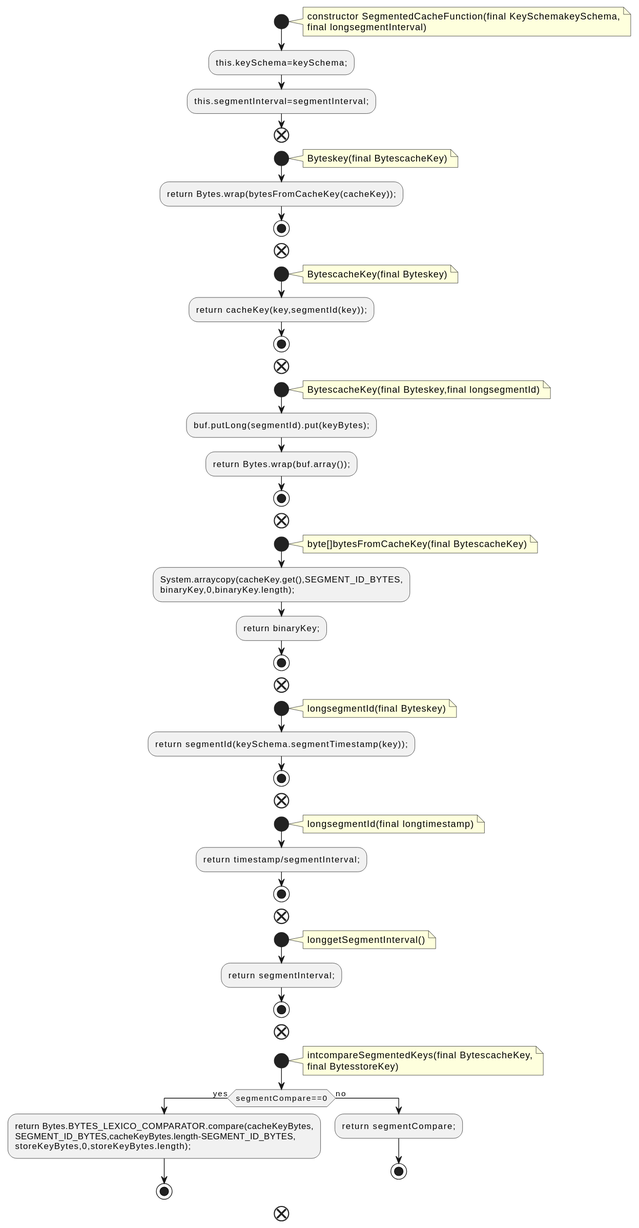
This is docs/qc/streams/src/main/java/org/apache/kafka/streams/state/internals/SegmentedCacheFunction.java.fct.svg from qualitesys/kafka, a PlantUML export, as it was before one commit.
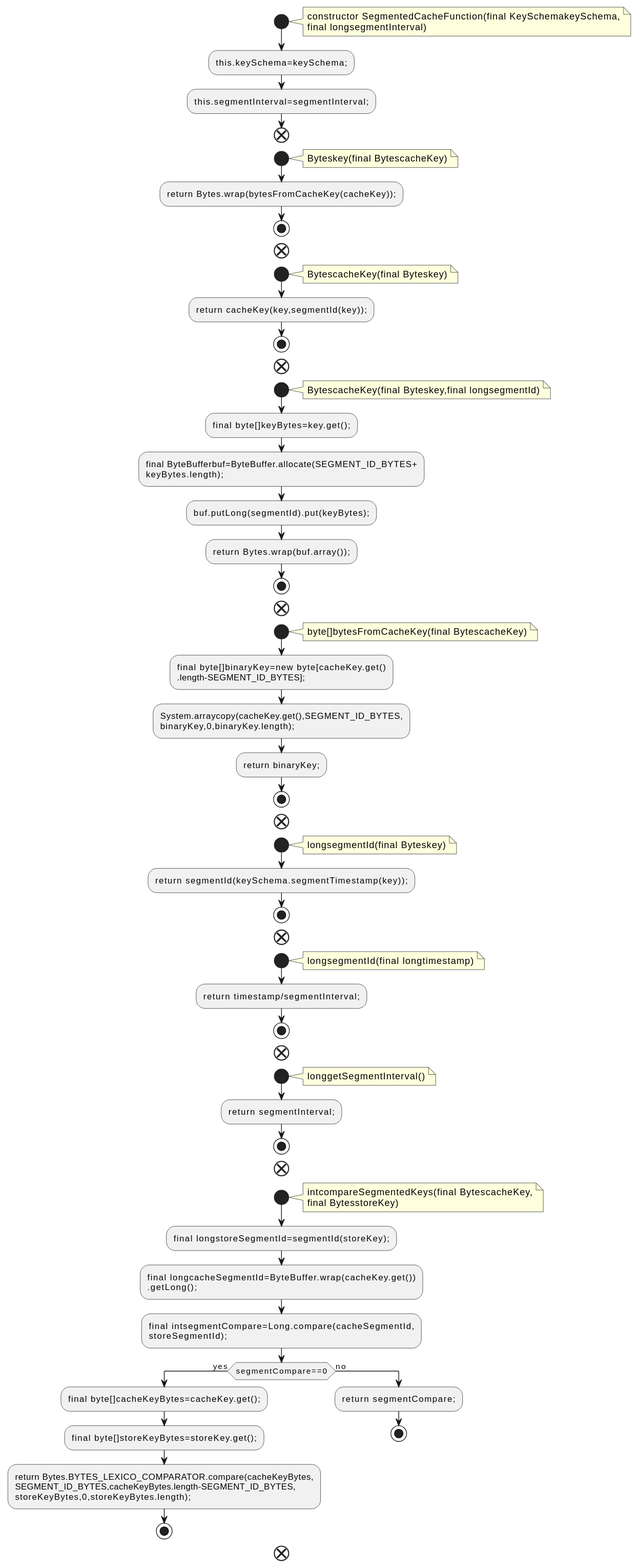
The same diagram one commit later.

The edit, as a diff of the source:
```diff
@@ -26,6 +26,9 @@
 note right
 BytescacheKey(final Byteskey,final longsegmentId)
 end note
+:final byte[]keyBytes=key.get();;
+:final ByteBufferbuf=ByteBuffer.allocate(SEGMENT_ID_BYTES+
+keyBytes.length);;
 :buf.putLong(segmentId).put(keyBytes);;
 :return Bytes.wrap(buf.array());;
 stop
@@ -34,6 +37,8 @@
 note right
 byte[]bytesFromCacheKey(final BytescacheKey)
 end note
+:final byte[]binaryKey=new byte[cacheKey.get()
+.length-SEGMENT_ID_BYTES];;
 :System.arraycopy(cacheKey.get(),SEGMENT_ID_BYTES,
 binaryKey,0,binaryKey.length);;
 :return binaryKey;;
@@ -65,7 +70,14 @@
 intcompareSegmentedKeys(final BytescacheKey,
 final BytesstoreKey)
 end note
+:final longstoreSegmentId=segmentId(storeKey);;
+:final longcacheSegmentId=ByteBuffer.wrap(cacheKey.get())
+.getLong();;
+:final intsegmentCompare=Long.compare(cacheSegmentId,
+storeSegmentId);;
 if (segmentCompare==0) then (yes)
+:final byte[]cacheKeyBytes=cacheKey.get();;
+:final byte[]storeKeyBytes=storeKey.get();;
 :return Bytes.BYTES_LEXICO_COMPARATOR.compare(cacheKeyBytes,
 SEGMENT_ID_BYTES,cacheKeyBytes.length-SEGMENT_ID_BYTES,
 storeKeyBytes,0,storeKeyBytes.length);;
```
